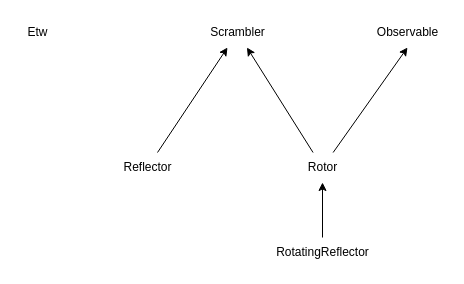
Before: page "Page-2" (2 of 2) of diagrams/rotors.drawio in denismaggior8/enigma-python, a draw.io diagram. Source tidied: cells renumbered, new cells numbered last; positions are measured from the earlier drawing's top-left corner, leaving out a move shared by most shapes. Both pictures are drawn from the tidied source at 100%, with x=0, y=0 at pixel (17, 17).
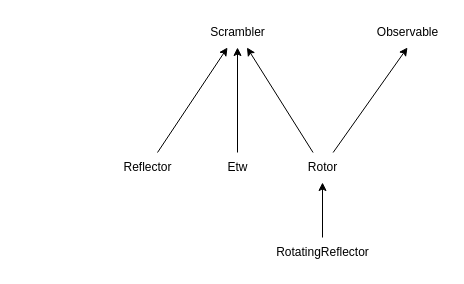
The same diagram, later.

Change to the diagram source:
```diff
@@
 <mxGraphModel>
   <root>
     <mxCell id="0" />
     <mxCell id="1" parent="0" />
     <mxCell id="2" style="rounded=0;jettySize=auto;html=1;" parent="1" edge="1" source="3" target="9">
       <mxGeometry relative="1" as="geometry" />
     </mxCell>
     <mxCell id="3" value="Reflector" style="text;html=1;align=center;verticalAlign=middle;points=[];strokeColor=none;fillColor=none;" parent="1" vertex="1">
       <mxGeometry x="95" y="135" width="70" height="30" as="geometry" />
     </mxCell>
     <mxCell id="4" style="rounded=0;jettySize=auto;html=1;" parent="1" edge="1" source="6" target="9">
       <mxGeometry x="-0.78" y="-30" relative="1" as="geometry" />
     </mxCell>
     <mxCell id="5" style="rounded=0;jettySize=auto;html=1;" parent="1" edge="1" source="6">
       <mxGeometry relative="1" as="geometry">
         <mxPoint x="390" y="30" as="targetPoint" />
       </mxGeometry>
     </mxCell>
     <mxCell id="6" value="Rotor" style="text;html=1;align=center;verticalAlign=middle;points=[];strokeColor=none;fillColor=none;" parent="1" vertex="1">
       <mxGeometry x="280" y="135" width="50" height="30" as="geometry" />
     </mxCell>
     <mxCell id="7" style="edgeStyle=orthogonalEdgeStyle;rounded=0;jettySize=auto;html=1;" parent="1" edge="1" source="8" target="6">
       <mxGeometry relative="1" as="geometry" />
     </mxCell>
     <mxCell id="8" value="RotatingReflector" style="text;html=1;align=center;verticalAlign=middle;points=[];strokeColor=none;fillColor=none;" parent="1" vertex="1">
       <mxGeometry x="245" y="220" width="120" height="30" as="geometry" />
     </mxCell>
     <mxCell id="9" value="Scrambler" style="text;html=1;align=center;verticalAlign=middle;points=[];strokeColor=none;fillColor=none;" parent="1" vertex="1">
       <mxGeometry x="180" width="80" height="30" as="geometry" />
     </mxCell>
     <mxCell id="10" value="Observable" style="text;html=1;align=center;verticalAlign=middle;strokeColor=none;fillColor=none;" parent="1" vertex="1">
       <mxGeometry x="350" width="80" height="30" as="geometry" />
     </mxCell>
+    <mxCell id="12" style="edgeStyle=none;rounded=0;jettySize=auto;html=1;" parent="1" edge="1" source="11" target="9">
+      <mxGeometry relative="1" as="geometry" />
+    </mxCell>
     <mxCell id="11" value="Etw" style="text;html=1;align=center;verticalAlign=middle;points=[];strokeColor=none;fillColor=none;" parent="1" vertex="1">
-      <mxGeometry width="40" height="30" as="geometry" />
+      <mxGeometry x="200" y="135" width="40" height="30" as="geometry" />
     </mxCell>
   </root>
 </mxGraphModel>
```
